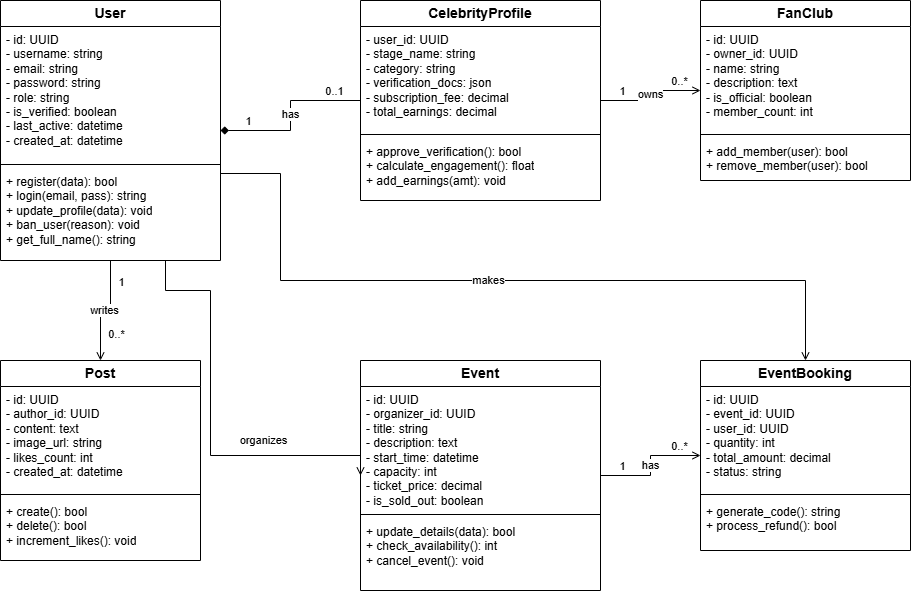
Earlier version of the draw.io export class.png (SanjayNepali/MANTRA). Source tidied: cells renumbered, new cells last; positions are measured from the earlier drawing's top-left corner, leaving out a move shared by most shapes.
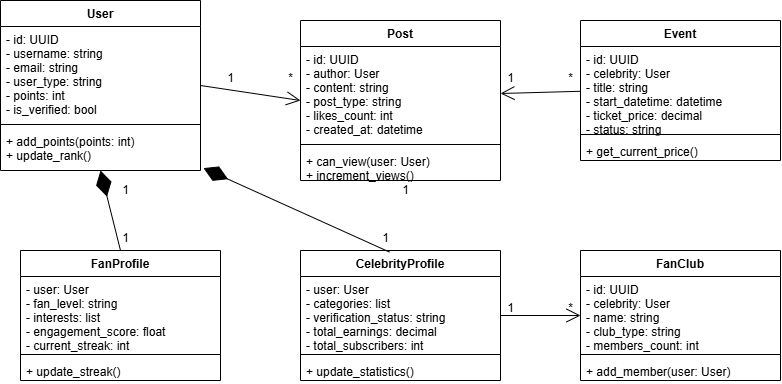
Above is the later version.

What changed in the source:
```diff
@@ -2,147 +2,122 @@
   <root>
     <mxCell id="0" />
     <mxCell id="1" parent="0" />
-    <mxCell id="2" value="User" style="swimlane;horizontal=1;startSize=26;whiteSpace=wrap;html=1;fontStyle=1;align=center;fontSize=14;fillColor=#ffffff;strokeColor=#000000;rounded=0;shadow=0;" parent="1" vertex="1">
-      <mxGeometry width="220" height="260" as="geometry" />
+    <mxCell id="2" value="User" style="swimlane;fontStyle=1;align=center;verticalAlign=top;horizontal=1;startSize=26;" parent="1" vertex="1">
+      <mxGeometry x="-60" y="-60" width="200" height="170" as="geometry" />
     </mxCell>
-    <mxCell id="3" value="- id: UUID&#10;- username: string&#10;- email: string&#10;- password: string&#10;- role: string&#10;- is_verified: boolean&#10;- last_active: datetime&#10;- created_at: datetime" style="text;strokeColor=none;fillColor=none;align=left;verticalAlign=top;spacingLeft=4;spacingRight=4;overflow=hidden;whiteSpace=wrap;html=1;fontSize=12;" parent="2" vertex="1">
-      <mxGeometry y="26" width="220" height="134" as="geometry" />
-    </mxCell>
-    <mxCell id="4" style="line;strokeWidth=1;fillColor=none;align=left;verticalAlign=middle;spacingTop=-1;spacingLeft=3;spacingRight=3;labelPosition=right;strokeColor=#000000;" parent="2" vertex="1">
-      <mxGeometry y="160" width="220" height="8" as="geometry" />
-    </mxCell>
-    <mxCell id="5" value="+ register(data): bool&#10;+ login(email, pass): string&#10;+ update_profile(data): void&#10;+ ban_user(reason): void&#10;+ get_full_name(): string" style="text;strokeColor=none;fillColor=none;align=left;verticalAlign=top;spacingLeft=4;spacingRight=4;overflow=hidden;whiteSpace=wrap;html=1;fontSize=12;" parent="2" vertex="1">
-      <mxGeometry y="168" width="220" height="92" as="geometry" />
-    </mxCell>
+    <mxCell id="40" value="- id: UUID&#10;- username: string&#10;- email: string&#10;- user_type: string&#10;- points: int&#10;- is_verified: bool" style="text;strokeColor=none;fillColor=none;align=left;verticalAlign=top;spacingLeft=4;spacingRight=4;overflow=hidden;" parent="2" vertex="1">
+      <mxGeometry y="26" width="200" height="94" as="geometry" />
+    </mxCell>
+    <mxCell id="41" style="line;strokeWidth=1;fillColor=none;align=left;verticalAlign=middle;spacingTop=-1;spacingLeft=3;spacingRight=3;labelPosition=right;" parent="2" vertex="1">
+      <mxGeometry y="120" width="200" height="8" as="geometry" />
+    </mxCell>
+    <mxCell id="42" value="+ add_points(points: int)&#10;+ update_rank()" style="text;strokeColor=none;fillColor=none;align=left;verticalAlign=top;spacingLeft=4;spacingRight=4;overflow=hidden;points=[[0,0.5],[1,0.5]];portConstraint=eastwest;" parent="2" vertex="1">
+      <mxGeometry y="128" width="200" height="42" as="geometry" />
+    </mxCell>
+    <mxCell id="14" value="Post" style="swimlane;fontStyle=1;align=center;verticalAlign=top;horizontal=1;startSize=26;" parent="1" vertex="1">
+      <mxGeometry x="240" y="-40" width="200" height="160" as="geometry" />
+    </mxCell>
+    <mxCell id="43" value="- id: UUID&#10;- author: User&#10;- content: string&#10;- post_type: string&#10;- likes_count: int&#10;- created_at: datetime" style="text;strokeColor=none;fillColor=none;align=left;verticalAlign=top;spacingLeft=4;spacingRight=4;overflow=hidden;points=[[0,0.5],[1,0.5]];portConstraint=eastwest;" parent="14" vertex="1">
+      <mxGeometry y="26" width="200" height="94" as="geometry" />
+    </mxCell>
+    <mxCell id="44" style="line;strokeWidth=1;fillColor=none;align=left;verticalAlign=middle;spacingTop=-1;spacingLeft=3;spacingRight=3;labelPosition=right;" parent="14" vertex="1">
+      <mxGeometry y="120" width="200" height="8" as="geometry" />
+    </mxCell>
+    <mxCell id="45" value="+ can_view(user: User)&#10;+ increment_views()" style="text;strokeColor=none;fillColor=none;align=left;verticalAlign=top;spacingLeft=4;spacingRight=4;overflow=hidden;" parent="14" vertex="1">
+      <mxGeometry y="128" width="200" height="32" as="geometry" />
+    </mxCell>
+    <mxCell id="46" value="FanProfile" style="swimlane;fontStyle=1;align=center;verticalAlign=top;horizontal=1;startSize=26;" parent="1" vertex="1">
+      <mxGeometry x="-40" y="190" width="200" height="130" as="geometry" />
+    </mxCell>
+    <mxCell id="47" value="- user: User&#10;- fan_level: string&#10;- interests: list&#10;- engagement_score: float&#10;- current_streak: int" style="text;strokeColor=none;fillColor=none;align=left;verticalAlign=top;spacingLeft=4;spacingRight=4;overflow=hidden;" parent="46" vertex="1">
+      <mxGeometry y="26" width="200" height="74" as="geometry" />
+    </mxCell>
+    <mxCell id="48" style="line;strokeWidth=1;fillColor=none;align=left;verticalAlign=middle;spacingTop=-1;spacingLeft=3;spacingRight=3;labelPosition=right;" parent="46" vertex="1">
+      <mxGeometry y="100" width="200" height="8" as="geometry" />
+    </mxCell>
+    <mxCell id="49" value="+ update_streak()" style="text;strokeColor=none;fillColor=none;align=left;verticalAlign=top;spacingLeft=4;spacingRight=4;overflow=hidden;" parent="46" vertex="1">
+      <mxGeometry y="108" width="200" height="22" as="geometry" />
+    </mxCell>
-    <mxCell id="6" value="CelebrityProfile" style="swimlane;horizontal=1;startSize=26;whiteSpace=wrap;html=1;fontStyle=1;align=center;fontSize=14;fillColor=#ffffff;strokeColor=#000000;rounded=0;shadow=0;" parent="1" vertex="1">
-      <mxGeometry x="360" width="240" height="200" as="geometry" />
+    <mxCell id="6" value="CelebrityProfile" style="swimlane;fontStyle=1;align=center;verticalAlign=top;horizontal=1;startSize=26;" parent="1" vertex="1">
+      <mxGeometry x="240" y="190" width="200" height="130" as="geometry" />
     </mxCell>
-    <mxCell id="7" value="- user_id: UUID&#10;- stage_name: string&#10;- category: string&#10;- verification_docs: json&#10;- subscription_fee: decimal&#10;- total_earnings: decimal" style="text;strokeColor=none;fillColor=none;align=left;verticalAlign=top;spacingLeft=4;spacingRight=4;overflow=hidden;whiteSpace=wrap;html=1;fontSize=12;" parent="6" vertex="1">
-      <mxGeometry y="26" width="240" height="104" as="geometry" />
-    </mxCell>
-    <mxCell id="8" style="line;strokeWidth=1;fillColor=none;align=left;verticalAlign=middle;spacingTop=-1;spacingLeft=3;spacingRight=3;labelPosition=right;strokeColor=#000000;" parent="6" vertex="1">
-      <mxGeometry y="130" width="240" height="8" as="geometry" />
-    </mxCell>
-    <mxCell id="9" value="+ approve_verification(): bool&#10;+ calculate_engagement(): float&#10;+ add_earnings(amt): void" style="text;strokeColor=none;fillColor=none;align=left;verticalAlign=top;spacingLeft=4;spacingRight=4;overflow=hidden;whiteSpace=wrap;html=1;fontSize=12;" parent="6" vertex="1">
-      <mxGeometry y="138" width="240" height="62" as="geometry" />
-    </mxCell>
+    <mxCell id="50" value="- user: User&#10;- categories: list&#10;- verification_status: string&#10;- total_earnings: decimal&#10;- total_subscribers: int" style="text;strokeColor=none;fillColor=none;align=left;verticalAlign=top;spacingLeft=4;spacingRight=4;overflow=hidden;" parent="6" vertex="1">
+      <mxGeometry y="26" width="200" height="74" as="geometry" />
+    </mxCell>
+    <mxCell id="51" style="line;strokeWidth=1;fillColor=none;align=left;verticalAlign=middle;spacingTop=-1;spacingLeft=3;spacingRight=3;labelPosition=right;" parent="6" vertex="1">
+      <mxGeometry y="100" width="200" height="8" as="geometry" />
+    </mxCell>
+    <mxCell id="52" value="+ update_statistics()" style="text;strokeColor=none;fillColor=none;align=left;verticalAlign=top;spacingLeft=4;spacingRight=4;overflow=hidden;" parent="6" vertex="1">
+      <mxGeometry y="108" width="200" height="22" as="geometry" />
+    </mxCell>
+    <mxCell id="18" value="Event" style="swimlane;fontStyle=1;align=center;verticalAlign=top;horizontal=1;startSize=26;" parent="1" vertex="1">
+      <mxGeometry x="520" y="-40" width="200" height="140" as="geometry" />
+    </mxCell>
+    <mxCell id="53" value="- id: UUID&#10;- celebrity: User&#10;- title: string&#10;- start_datetime: datetime&#10;- ticket_price: decimal&#10;- status: string" style="text;strokeColor=none;fillColor=none;align=left;verticalAlign=top;spacingLeft=4;spacingRight=4;overflow=hidden;points=[[0,0.5],[1,0.5]];portConstraint=eastwest;" parent="18" vertex="1">
+      <mxGeometry y="26" width="200" height="84" as="geometry" />
+    </mxCell>
+    <mxCell id="54" style="line;strokeWidth=1;fillColor=none;align=left;verticalAlign=middle;spacingTop=-1;spacingLeft=3;spacingRight=3;labelPosition=right;" parent="18" vertex="1">
+      <mxGeometry y="110" width="200" height="8" as="geometry" />
+    </mxCell>
+    <mxCell id="55" value="+ get_current_price()" style="text;strokeColor=none;fillColor=none;align=left;verticalAlign=top;spacingLeft=4;spacingRight=4;overflow=hidden;" parent="18" vertex="1">
+      <mxGeometry y="118" width="200" height="22" as="geometry" />
+    </mxCell>
-    <mxCell id="10" value="FanClub" style="swimlane;horizontal=1;startSize=26;whiteSpace=wrap;html=1;fontStyle=1;align=center;fontSize=14;fillColor=#ffffff;strokeColor=#000000;rounded=0;shadow=0;" parent="1" vertex="1">
-      <mxGeometry x="700" width="210" height="180" as="geometry" />
+    <mxCell id="10" value="FanClub" style="swimlane;fontStyle=1;align=center;verticalAlign=top;horizontal=1;startSize=26;" parent="1" vertex="1">
+      <mxGeometry x="520" y="190" width="200" height="130" as="geometry" />
     </mxCell>
-    <mxCell id="11" value="- id: UUID&#10;- owner_id: UUID&#10;- name: string&#10;- description: text&#10;- is_official: boolean&#10;- member_count: int" style="text;strokeColor=none;fillColor=none;align=left;verticalAlign=top;spacingLeft=4;spacingRight=4;overflow=hidden;whiteSpace=wrap;html=1;fontSize=12;" parent="10" vertex="1">
-      <mxGeometry y="26" width="210" height="104" as="geometry" />
-    </mxCell>
-    <mxCell id="12" style="line;strokeWidth=1;fillColor=none;align=left;verticalAlign=middle;spacingTop=-1;spacingLeft=3;spacingRight=3;labelPosition=right;strokeColor=#000000;" parent="10" vertex="1">
-      <mxGeometry y="130" width="210" height="8" as="geometry" />
-    </mxCell>
-    <mxCell id="13" value="+ add_member(user): bool&#10;+ remove_member(user): bool" style="text;strokeColor=none;fillColor=none;align=left;verticalAlign=top;spacingLeft=4;spacingRight=4;overflow=hidden;whiteSpace=wrap;html=1;fontSize=12;" parent="10" vertex="1">
-      <mxGeometry y="138" width="210" height="42" as="geometry" />
-    </mxCell>
-    <mxCell id="14" value="Post" style="swimlane;horizontal=1;startSize=26;whiteSpace=wrap;html=1;fontStyle=1;align=center;fontSize=14;fillColor=#ffffff;strokeColor=#000000;rounded=0;shadow=0;" parent="1" vertex="1">
-      <mxGeometry y="360" width="200" height="200" as="geometry" />
-    </mxCell>
-    <mxCell id="15" value="- id: UUID&#10;- author_id: UUID&#10;- content: text&#10;- image_url: string&#10;- likes_count: int&#10;- created_at: datetime" style="text;strokeColor=none;fillColor=none;align=left;verticalAlign=top;spacingLeft=4;spacingRight=4;overflow=hidden;whiteSpace=wrap;html=1;fontSize=12;" parent="14" vertex="1">
-      <mxGeometry y="26" width="200" height="104" as="geometry" />
-    </mxCell>
-    <mxCell id="16" style="line;strokeWidth=1;fillColor=none;align=left;verticalAlign=middle;spacingTop=-1;spacingLeft=3;spacingRight=3;labelPosition=right;strokeColor=#000000;" parent="14" vertex="1">
-      <mxGeometry y="130" width="200" height="8" as="geometry" />
-    </mxCell>
-    <mxCell id="17" value="+ create(): bool&#10;+ delete(): bool&#10;+ increment_likes(): void" style="text;strokeColor=none;fillColor=none;align=left;verticalAlign=top;spacingLeft=4;spacingRight=4;overflow=hidden;whiteSpace=wrap;html=1;fontSize=12;" parent="14" vertex="1">
-      <mxGeometry y="138" width="200" height="62" as="geometry" />
-    </mxCell>
-    <mxCell id="18" value="Event" style="swimlane;horizontal=1;startSize=26;whiteSpace=wrap;html=1;fontStyle=1;align=center;fontSize=14;fillColor=#ffffff;strokeColor=#000000;rounded=0;shadow=0;" parent="1" vertex="1">
-      <mxGeometry x="360" y="360" width="240" height="230" as="geometry" />
-    </mxCell>
-    <mxCell id="19" value="- id: UUID&#10;- organizer_id: UUID&#10;- title: string&#10;- description: text&#10;- start_time: datetime&#10;- capacity: int&#10;- ticket_price: decimal&#10;- is_sold_out: boolean" style="text;strokeColor=none;fillColor=none;align=left;verticalAlign=top;spacingLeft=4;spacingRight=4;overflow=hidden;whiteSpace=wrap;html=1;fontSize=12;" parent="18" vertex="1">
-      <mxGeometry y="26" width="240" height="124" as="geometry" />
-    </mxCell>
-    <mxCell id="20" style="line;strokeWidth=1;fillColor=none;align=left;verticalAlign=middle;spacingTop=-1;spacingLeft=3;spacingRight=3;labelPosition=right;strokeColor=#000000;" parent="18" vertex="1">
-      <mxGeometry y="150" width="240" height="8" as="geometry" />
-    </mxCell>
-    <mxCell id="21" value="+ update_details(data): bool&#10;+ check_availability(): int&#10;+ cancel_event(): void" style="text;strokeColor=none;fillColor=none;align=left;verticalAlign=top;spacingLeft=4;spacingRight=4;overflow=hidden;whiteSpace=wrap;html=1;fontSize=12;" parent="18" vertex="1">
-      <mxGeometry y="158" width="240" height="72" as="geometry" />
-    </mxCell>
-    <mxCell id="22" value="EventBooking" style="swimlane;horizontal=1;startSize=26;whiteSpace=wrap;html=1;fontStyle=1;align=center;fontSize=14;fillColor=#ffffff;strokeColor=#000000;rounded=0;shadow=0;" parent="1" vertex="1">
-      <mxGeometry x="700" y="360" width="210" height="190" as="geometry" />
-    </mxCell>
-    <mxCell id="23" value="- id: UUID&#10;- event_id: UUID&#10;- user_id: UUID&#10;- quantity: int&#10;- total_amount: decimal&#10;- status: string" style="text;strokeColor=none;fillColor=none;align=left;verticalAlign=top;spacingLeft=4;spacingRight=4;overflow=hidden;whiteSpace=wrap;html=1;fontSize=12;" parent="22" vertex="1">
-      <mxGeometry y="26" width="210" height="104" as="geometry" />
-    </mxCell>
-    <mxCell id="24" style="line;strokeWidth=1;fillColor=none;align=left;verticalAlign=middle;spacingTop=-1;spacingLeft=3;spacingRight=3;labelPosition=right;strokeColor=#000000;" parent="22" vertex="1">
-      <mxGeometry y="130" width="210" height="8" as="geometry" />
-    </mxCell>
-    <mxCell id="25" value="+ generate_code(): string&#10;+ process_refund(): bool" style="text;strokeColor=none;fillColor=none;align=left;verticalAlign=top;spacingLeft=4;spacingRight=4;overflow=hidden;whiteSpace=wrap;html=1;fontSize=12;" parent="22" vertex="1">
-      <mxGeometry y="138" width="210" height="52" as="geometry" />
-    </mxCell>
-    <mxCell id="26" value="has" style="edgeStyle=orthogonalEdgeStyle;rounded=0;jettySize=auto;html=1;entryX=0;entryY=0.5;entryDx=0;entryDy=0;exitX=1;exitY=0.5;exitDx=0;exitDy=0;strokeColor=#000000;endArrow=none;startArrow=diamond;startFill=1;" parent="1" edge="1" source="2" target="6">
-      <mxGeometry relative="1" as="geometry" />
-    </mxCell>
-    <mxCell id="27" value="1" style="edgeLabel;html=1;align=center;verticalAlign=middle;labelBackgroundColor=none;" parent="26" vertex="1">
-      <mxGeometry x="-0.8" relative="1" as="geometry">
-        <mxPoint x="10" y="-10" as="offset" />
-      </mxGeometry>
-    </mxCell>
-    <mxCell id="28" value="0..1" style="edgeLabel;html=1;align=center;verticalAlign=middle;labelBackgroundColor=none;" parent="26" vertex="1">
-      <mxGeometry x="0.8" relative="1" as="geometry">
-        <mxPoint x="-10" y="-10" as="offset" />
-      </mxGeometry>
-    </mxCell>
+    <mxCell id="56" value="- id: UUID&#10;- celebrity: User&#10;- name: string&#10;- club_type: string&#10;- members_count: int" style="text;strokeColor=none;fillColor=none;align=left;verticalAlign=top;spacingLeft=4;spacingRight=4;overflow=hidden;" parent="10" vertex="1">
+      <mxGeometry y="26" width="200" height="74" as="geometry" />
+    </mxCell>
+    <mxCell id="57" style="line;strokeWidth=1;fillColor=none;align=left;verticalAlign=middle;spacingTop=-1;spacingLeft=3;spacingRight=3;labelPosition=right;" parent="10" vertex="1">
+      <mxGeometry y="100" width="200" height="8" as="geometry" />
+    </mxCell>
+    <mxCell id="58" value="+ add_member(user: User)" style="text;strokeColor=none;fillColor=none;align=left;verticalAlign=top;spacingLeft=4;spacingRight=4;overflow=hidden;" parent="10" vertex="1">
+      <mxGeometry y="108" width="200" height="22" as="geometry" />
+    </mxCell>
+    <mxCell id="59" style="endArrow=diamondThin;endFill=1;endSize=24;html=1;exitX=0.5;exitY=0;exitDx=0;exitDy=0;entryX=0.5;entryY=1;entryDx=0;entryDy=0;" parent="1" edge="1" source="46" target="2">
+      <mxGeometry relative="1" as="geometry" />
+    </mxCell>
+    <mxCell id="60" style="endArrow=diamondThin;endFill=1;endSize=24;html=1;exitX=0.445;exitY=0.012;exitDx=0;exitDy=0;exitPerimeter=0;entryX=1.015;entryY=0.943;entryDx=0;entryDy=0;entryPerimeter=0;" parent="1" edge="1" source="6" target="42">
+      <mxGeometry relative="1" as="geometry" />
+    </mxCell>
+    <mxCell id="61" value="1" style="text;html=1;align=center;verticalAlign=middle;" parent="1" vertex="1">
+      <mxGeometry x="55" y="120" width="20" height="20" as="geometry" />
+    </mxCell>
+    <mxCell id="62" value="1" style="text;html=1;align=center;verticalAlign=middle;" parent="1" vertex="1">
+      <mxGeometry x="335" y="120" width="20" height="20" as="geometry" />
+    </mxCell>
+    <mxCell id="63" value="1" style="text;html=1;align=center;verticalAlign=middle;" parent="1" vertex="1">
+      <mxGeometry x="55" y="168" width="20" height="20" as="geometry" />
+    </mxCell>
+    <mxCell id="64" value="1" style="text;html=1;align=center;verticalAlign=middle;" parent="1" vertex="1">
+      <mxGeometry x="315" y="168" width="20" height="20" as="geometry" />
+    </mxCell>
+    <mxCell id="32" style="endArrow=open;endFill=1;endSize=12;html=1;exitX=1;exitY=0.5;exitDx=0;exitDy=0;entryX=0;entryY=0.5;entryDx=0;entryDy=0;" parent="1" edge="1" source="2" target="14">
+      <mxGeometry relative="1" as="geometry" />
+    </mxCell>
+    <mxCell id="65" value="1" style="text;html=1;align=center;verticalAlign=middle;" parent="1" vertex="1">
+      <mxGeometry x="160" y="8" width="20" height="20" as="geometry" />
+    </mxCell>
+    <mxCell id="66" value="*" style="text;html=1;align=center;verticalAlign=middle;" parent="1" vertex="1">
+      <mxGeometry x="220" y="8" width="20" height="20" as="geometry" />
+    </mxCell>
+    <mxCell id="67" style="endArrow=open;endFill=1;endSize=12;html=1;entryX=1;entryY=0.5;entryDx=0;entryDy=0;" parent="1" edge="1" source="53" target="43">
+      <mxGeometry relative="1" as="geometry" />
+    </mxCell>
+    <mxCell id="68" value="1" style="text;html=1;align=center;verticalAlign=middle;" parent="1" vertex="1">
+      <mxGeometry x="440" y="8" width="20" height="20" as="geometry" />
+    </mxCell>
+    <mxCell id="69" value="*" style="text;html=1;align=center;verticalAlign=middle;" parent="1" vertex="1">
+      <mxGeometry x="500" y="8" width="20" height="20" as="geometry" />
+    </mxCell>
-    <mxCell id="29" value="owns" style="edgeStyle=orthogonalEdgeStyle;rounded=0;jettySize=auto;html=1;entryX=0;entryY=0.5;entryDx=0;entryDy=0;exitX=1;exitY=0.5;exitDx=0;exitDy=0;strokeColor=#000000;endArrow=open;endFill=0;" parent="1" edge="1" source="6" target="10">
+    <mxCell id="29" style="endArrow=open;endFill=1;endSize=12;html=1;exitX=1;exitY=0.5;exitDx=0;exitDy=0;entryX=0;entryY=0.5;entryDx=0;entryDy=0;" parent="1" edge="1" source="6" target="10">
       <mxGeometry relative="1" as="geometry" />
     </mxCell>
-    <mxCell id="30" value="1" style="edgeLabel;html=1;align=center;verticalAlign=middle;labelBackgroundColor=none;" parent="29" vertex="1">
-      <mxGeometry x="-0.8" relative="1" as="geometry">
-        <mxPoint x="10" y="-10" as="offset" />
-      </mxGeometry>
-    </mxCell>
-    <mxCell id="31" value="0..*" style="edgeLabel;html=1;align=center;verticalAlign=middle;labelBackgroundColor=none;" parent="29" vertex="1">
-      <mxGeometry x="0.8" relative="1" as="geometry">
-        <mxPoint x="-10" y="-10" as="offset" />
-      </mxGeometry>
-    </mxCell>
-    <mxCell id="32" value="writes" style="edgeStyle=orthogonalEdgeStyle;rounded=0;jettySize=auto;html=1;entryX=0.5;entryY=0;entryDx=0;entryDy=0;exitX=0.5;exitY=1;exitDx=0;exitDy=0;strokeColor=#000000;endArrow=open;endFill=0;" parent="1" edge="1" source="2" target="14">
-      <mxGeometry relative="1" as="geometry" />
-    </mxCell>
-    <mxCell id="33" value="1" style="edgeLabel;html=1;align=center;verticalAlign=middle;labelBackgroundColor=none;" parent="32" vertex="1">
-      <mxGeometry x="-0.8" relative="1" as="geometry">
-        <mxPoint x="10" y="10" as="offset" />
-      </mxGeometry>
-    </mxCell>
-    <mxCell id="34" value="0..*" style="edgeLabel;html=1;align=center;verticalAlign=middle;labelBackgroundColor=none;" parent="32" vertex="1">
-      <mxGeometry x="0.7" relative="1" as="geometry">
-        <mxPoint x="15" y="-10" as="offset" />
-      </mxGeometry>
-    </mxCell>
-    <mxCell id="35" value="organizes" style="edgeStyle=orthogonalEdgeStyle;rounded=0;jettySize=auto;html=1;entryX=0;entryY=0.5;entryDx=0;entryDy=0;exitX=0.75;exitY=1;exitDx=0;exitDy=0;strokeColor=#000000;endArrow=open;endFill=0;" parent="1" edge="1" source="2" target="18">
-      <mxGeometry x="0.43" y="15" relative="1" as="geometry">
-        <Array as="points">
-          <mxPoint x="165" y="290" />
-          <mxPoint x="210" y="290" />
-          <mxPoint x="210" y="455" />
-        </Array>
-      </mxGeometry>
-    </mxCell>
-    <mxCell id="36" value="has" style="edgeStyle=orthogonalEdgeStyle;rounded=0;jettySize=auto;html=1;entryX=0;entryY=0.5;entryDx=0;entryDy=0;exitX=1;exitY=0.5;exitDx=0;exitDy=0;strokeColor=#000000;endArrow=open;endFill=0;" parent="1" edge="1" source="18" target="22">
-      <mxGeometry relative="1" as="geometry" />
-    </mxCell>
-    <mxCell id="37" value="1" style="edgeLabel;html=1;align=center;verticalAlign=middle;labelBackgroundColor=none;" parent="36" vertex="1">
-      <mxGeometry x="-0.8" relative="1" as="geometry">
-        <mxPoint x="10" y="-10" as="offset" />
-      </mxGeometry>
-    </mxCell>
-    <mxCell id="38" value="0..*" style="edgeLabel;html=1;align=center;verticalAlign=middle;labelBackgroundColor=none;" parent="36" vertex="1">
-      <mxGeometry x="0.8" relative="1" as="geometry">
-        <mxPoint x="-10" y="-10" as="offset" />
-      </mxGeometry>
-    </mxCell>
-    <mxCell id="39" value="makes" style="edgeStyle=orthogonalEdgeStyle;rounded=0;jettySize=auto;html=1;entryX=0.5;entryY=0;entryDx=0;entryDy=0;exitX=1;exitY=0.75;exitDx=0;exitDy=0;strokeColor=#000000;endArrow=open;endFill=0;" parent="1" edge="1" source="2" target="22">
-      <mxGeometry relative="1" as="geometry">
-        <Array as="points">
-          <mxPoint x="280" y="173" />
-          <mxPoint x="280" y="280" />
-          <mxPoint x="805" y="280" />
-        </Array>
-      </mxGeometry>
-    </mxCell>
+    <mxCell id="70" value="1" style="text;html=1;align=center;verticalAlign=middle;" parent="1" vertex="1">
+      <mxGeometry x="440" y="238" width="20" height="20" as="geometry" />
+    </mxCell>
+    <mxCell id="71" value="*" style="text;html=1;align=center;verticalAlign=middle;" parent="1" vertex="1">
+      <mxGeometry x="500" y="238" width="20" height="20" as="geometry" />
+    </mxCell>
   </root>
 </mxGraphModel>
```
